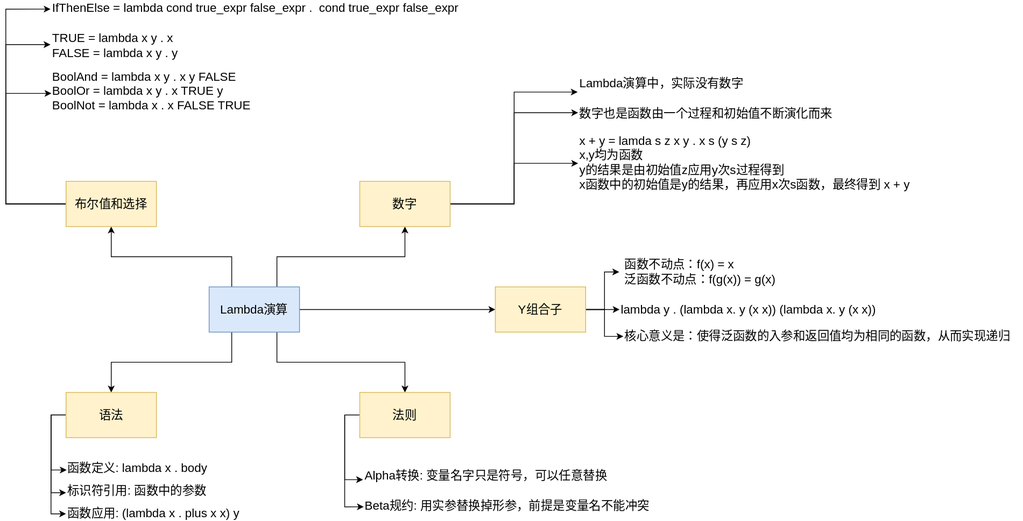
109km/learn-sicp-by-exersices keeps this draw.io diagram as docs/lamda-calus.drawio.svg. Above is the earlier version. Source tidied: cells renumbered, new cells last; positions are measured from the earlier drawing's top-left corner, leaving out a move shared by most shapes.
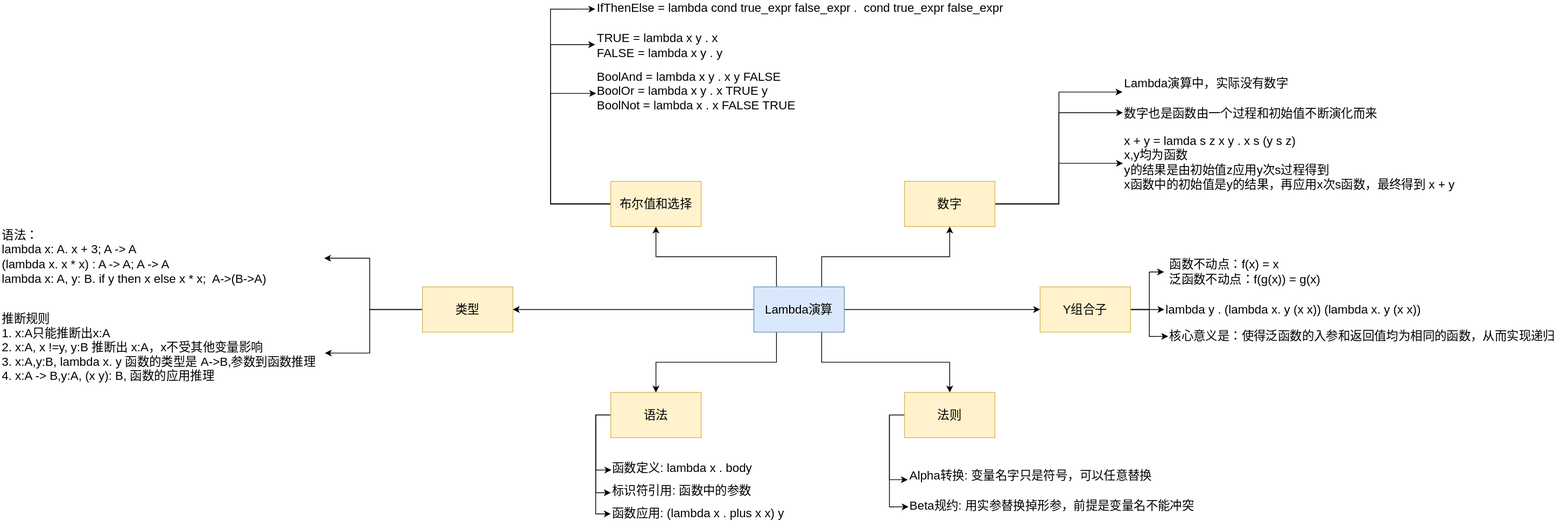
After the change.

Change to the diagram source:
```diff
@@ -17,6 +17,9 @@
     <mxCell id="6" style="edgeStyle=orthogonalEdgeStyle;rounded=0;jettySize=auto;html=1;exitX=1;exitY=0.5;exitDx=0;exitDy=0;entryX=0;entryY=0.5;entryDx=0;entryDy=0;" parent="1" edge="1" source="7" target="37">
       <mxGeometry relative="1" as="geometry" />
     </mxCell>
+    <mxCell id="41" style="edgeStyle=orthogonalEdgeStyle;rounded=0;jettySize=auto;html=1;exitX=0;exitY=0.5;exitDx=0;exitDy=0;entryX=1;entryY=0.5;entryDx=0;entryDy=0;" parent="1" edge="1" source="7" target="44">
+      <mxGeometry relative="1" as="geometry" />
+    </mxCell>
     <mxCell id="7" value="Lambda演算" style="rounded=0;whiteSpace=wrap;html=1;fillColor=#dae8fc;strokeColor=#6c8ebf;fontSize=16;" parent="1" vertex="1">
       <mxGeometry x="270" y="380" width="120" height="60" as="geometry" />
     </mxCell>
@@ -134,5 +137,30 @@
     <mxCell id="40" value="核心意义是：使得泛函数的入参和返回值均为相同的函数，从而实现递归" style="text;html=1;align=left;verticalAlign=middle;points=[];fontSize=16;" parent="1" vertex="1">
       <mxGeometry x="820" y="435" width="530" height="20" as="geometry" />
     </mxCell>
+    <mxCell id="42" style="edgeStyle=orthogonalEdgeStyle;rounded=0;jettySize=auto;html=1;exitX=0;exitY=0.5;exitDx=0;exitDy=0;entryX=1.001;entryY=0.578;entryDx=0;entryDy=0;entryPerimeter=0;" parent="1" edge="1" source="44" target="46">
+      <mxGeometry relative="1" as="geometry">
+        <Array as="points">
+          <mxPoint x="-240" y="410" />
+          <mxPoint x="-240" y="468" />
+        </Array>
+      </mxGeometry>
+    </mxCell>
+    <mxCell id="43" style="edgeStyle=orthogonalEdgeStyle;rounded=0;jettySize=auto;html=1;exitX=0;exitY=0.5;exitDx=0;exitDy=0;entryX=0.999;entryY=0.525;entryDx=0;entryDy=0;entryPerimeter=0;fontSize=16;" parent="1" edge="1" source="44" target="45">
+      <mxGeometry relative="1" as="geometry">
+        <Array as="points">
+          <mxPoint x="-240" y="410" />
+          <mxPoint x="-240" y="342" />
+        </Array>
+      </mxGeometry>
+    </mxCell>
+    <mxCell id="44" value="类型" style="rounded=0;whiteSpace=wrap;html=1;fillColor=#fff2cc;strokeColor=#d6b656;fontSize=16;" parent="1" vertex="1">
+      <mxGeometry x="-170" y="380" width="120" height="60" as="geometry" />
+    </mxCell>
+    <mxCell id="45" value="&lt;div style=&quot;font-size: 16px;&quot;&gt;&lt;span style=&quot;font-size: 16px;&quot;&gt;语法：&lt;/span&gt;&lt;/div&gt;lambda x: A. x + 3; A -&amp;gt; A&lt;br style=&quot;font-size: 16px;&quot;&gt;&lt;div style=&quot;font-size: 16px;&quot;&gt;&lt;span style=&quot;font-size: 16px;&quot;&gt;(lambda x. x * x) : A -&amp;gt; A; A -&amp;gt; A&lt;/span&gt;&lt;/div&gt;&lt;div style=&quot;font-size: 16px;&quot;&gt;&lt;span style=&quot;font-size: 16px;&quot;&gt;lambda x: A, y: B. if y then x else x * x;&amp;nbsp;&lt;/span&gt;&lt;span style=&quot;font-size: 16px;&quot;&gt;A-&amp;gt;(B-&amp;gt;A)&lt;/span&gt;&lt;/div&gt;" style="text;html=1;align=left;verticalAlign=middle;points=[];fontSize=16;" parent="1" vertex="1">
+      <mxGeometry x="-730" y="300" width="430" height="80" as="geometry" />
+    </mxCell>
+    <mxCell id="46" value="推断规则&lt;br style=&quot;font-size: 16px;&quot;&gt;1. x:A只能推断出x:A&lt;br style=&quot;font-size: 16px;&quot;&gt;2. x:A, x !=y, y:B 推断出 x:A，x不受其他变量影响&lt;br style=&quot;font-size: 16px;&quot;&gt;3. x:A,y:B, lambda x. y 函数的类型是 A-&amp;gt;B,参数到函数推理&lt;br style=&quot;font-size: 16px;&quot;&gt;4. x:A -&amp;gt; B,y:A, (x y): B, 函数的应用推理" style="text;html=1;align=left;verticalAlign=middle;points=[];fontSize=16;fillColor=none;" parent="1" vertex="1">
+      <mxGeometry x="-730" y="410" width="430" height="100" as="geometry" />
+    </mxCell>
   </root>
 </mxGraphModel>
```
